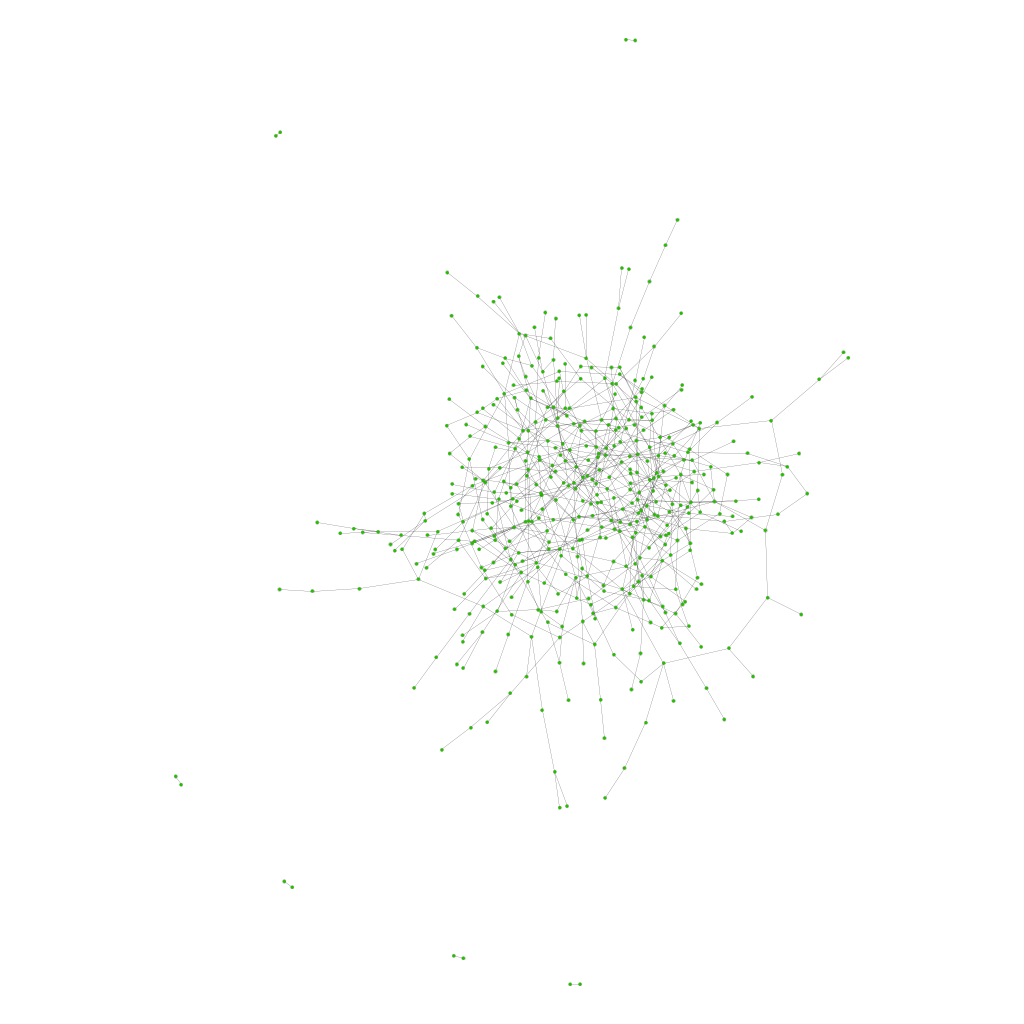
The Graphviz diagram Imágenes/Grafos/500/Erdos-Renyi_Graph500.png in rMelendez96/Projects-ADA, before a commit. Its source is kept beside it as Archivos GV/Grafos/500/Erdos-Renyi_Graph500.gv.
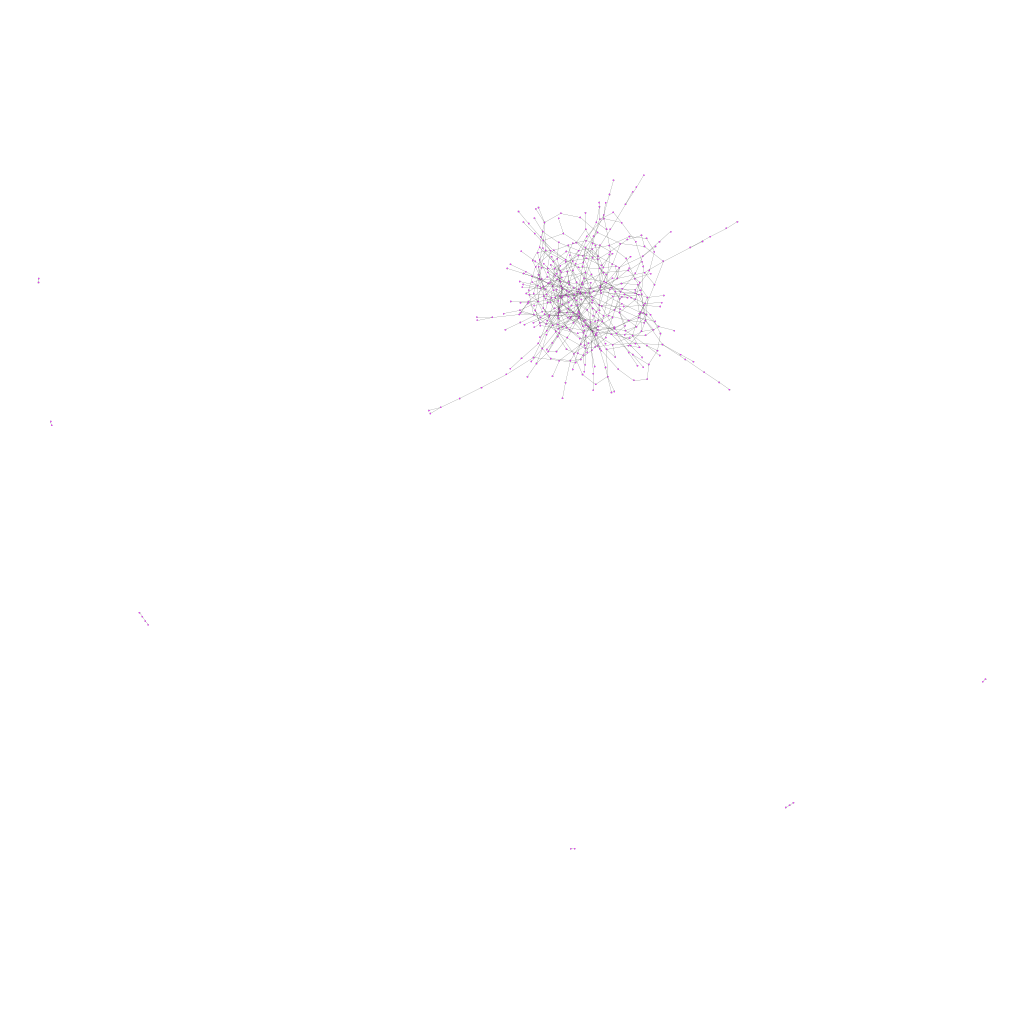
Later version of the same file.

Diff of the diagram source:
```diff
@@ -1,650 +1,646 @@
 graph{
-92 -- 353;
-483 -- 436;
-67 -- 463;
-60 -- 440;
-341 -- 14;
-25 -- 480;
-111 -- 266;
-25 -- 366;
-467 -- 490;
-180 -- 302;
-45 -- 253;
-71 -- 385;
-411 -- 431;
-352 -- 119;
-398 -- 454;
-121 -- 446;
-70 -- 423;
-343 -- 228;
-110 -- 158;
-123 -- 428;
-273 -- 80;
-281 -- 139;
-294 -- 58;
-46 -- 254;
-308 -- 470;
-128 -- 237;
-240 -- 8;
-114 -- 78;
-219 -- 485;
-162 -- 380;
-186 -- 15;
-294 -- 349;
-99 -- 114;
-375 -- 324;
-105 -- 189;
-341 -- 462;
-89 -- 109;
-359 -- 280;
-291 -- 182;
-426 -- 441;
-282 -- 253;
-410 -- 326;
-327 -- 232;
-148 -- 372;
-270 -- 45;
-208 -- 115;
-106 -- 21;
-38 -- 406;
-163 -- 331;
-421 -- 180;
-337 -- 186;
-29 -- 411;
-274 -- 175;
-499 -- 373;
-26 -- 301;
-488 -- 354;
-153 -- 312;
-475 -- 187;
-342 -- 401;
-353 -- 56;
-197 -- 309;
-471 -- 25;
-263 -- 328;
-306 -- 414;
-432 -- 257;
-375 -- 97;
-406 -- 193;
-61 -- 293;
-197 -- 93;
-434 -- 372;
-363 -- 86;
-165 -- 95;
-187 -- 420;
-89 -- 37;
-483 -- 260;
-406 -- 426;
-83 -- 473;
-483 -- 263;
-400 -- 0;
-184 -- 204;
-100 -- 449;
-241 -- 399;
-398 -- 438;
-343 -- 207;
-351 -- 404;
-177 -- 206;
-418 -- 141;
-168 -- 175;
-255 -- 308;
-182 -- 476;
-308 -- 151;
-124 -- 463;
-50 -- 454;
-463 -- 186;
-416 -- 169;
-113 -- 171;
-1 -- 149;
-256 -- 201;
-296 -- 417;
-206 -- 243;
-160 -- 325;
-142 -- 84;
-4 -- 256;
-334 -- 328;
-76 -- 270;
-126 -- 73;
-321 -- 172;
-166 -- 436;
-496 -- 50;
-353 -- 141;
-467 -- 63;
-308 -- 83;
-358 -- 52;
-150 -- 483;
-113 -- 384;
-248 -- 168;
-302 -- 489;
-203 -- 187;
-107 -- 131;
-96 -- 131;
-28 -- 182;
-199 -- 122;
-497 -- 169;
-237 -- 470;
-166 -- 101;
-401 -- 86;
-131 -- 0;
-92 -- 384;
-192 -- 51;
-179 -- 357;
-117 -- 343;
-252 -- 247;
-349 -- 245;
-232 -- 424;
-50 -- 385;
-388 -- 70;
-226 -- 204;
-432 -- 210;
-464 -- 113;
-278 -- 305;
-426 -- 208;
-408 -- 499;
-85 -- 467;
-83 -- 498;
-112 -- 261;
-283 -- 378;
-93 -- 411;
-26 -- 253;
-140 -- 406;
-79 -- 353;
-227 -- 370;
-38 -- 424;
-198 -- 425;
-20 -- 482;
-197 -- 207;
-478 -- 134;
-236 -- 212;
-395 -- 122;
-251 -- 9;
-211 -- 224;
-29 -- 446;
-393 -- 250;
-232 -- 383;
-8 -- 428;
-146 -- 458;
-316 -- 389;
-122 -- 402;
-320 -- 345;
-463 -- 465;
-137 -- 399;
-463 -- 217;
-52 -- 186;
-178 -- 337;
-451 -- 429;
-440 -- 128;
-105 -- 498;
-209 -- 471;
-256 -- 71;
-398 -- 159;
-431 -- 128;
-340 -- 39;
-357 -- 49;
-228 -- 25;
-71 -- 245;
-87 -- 415;
-382 -- 94;
-165 -- 447;
-451 -- 125;
-229 -- 108;
-47 -- 227;
-58 -- 459;
-87 -- 0;
-179 -- 322;
-184 -- 126;
-66 -- 440;
-430 -- 103;
-294 -- 318;
-44 -- 337;
-473 -- 353;
-7 -- 177;
-115 -- 223;
-78 -- 390;
-235 -- 107;
-84 -- 315;
-219 -- 234;
-250 -- 298;
-83 -- 133;
-122 -- 22;
-215 -- 97;
-45 -- 364;
-330 -- 202;
-88 -- 253;
-247 -- 327;
-133 -- 68;
-44 -- 348;
-200 -- 157;
-245 -- 497;
-104 -- 298;
-103 -- 270;
-299 -- 296;
-195 -- 435;
-392 -- 302;
-38 -- 299;
-264 -- 4;
-455 -- 343;
-492 -- 335;
-351 -- 436;
-275 -- 348;
-292 -- 467;
-95 -- 2;
-360 -- 277;
-83 -- 394;
-238 -- 433;
-460 -- 173;
-186 -- 490;
-247 -- 228;
-426 -- 76;
-77 -- 413;
-102 -- 285;
-257 -- 168;
-262 -- 278;
-403 -- 178;
-145 -- 250;
-198 -- 436;
-140 -- 357;
-200 -- 383;
-28 -- 416;
-13 -- 394;
-314 -- 46;
-251 -- 302;
-354 -- 450;
-213 -- 326;
-262 -- 252;
-462 -- 157;
-123 -- 9;
-111 -- 209;
-456 -- 399;
-246 -- 319;
-216 -- 12;
-166 -- 498;
-91 -- 380;
-387 -- 269;
-329 -- 198;
-167 -- 33;
-274 -- 481;
-182 -- 153;
-408 -- 5;
-158 -- 342;
-222 -- 141;
-489 -- 213;
-157 -- 89;
-61 -- 160;
-160 -- 230;
-250 -- 428;
-0 -- 43;
-415 -- 136;
-95 -- 258;
-434 -- 255;
-224 -- 464;
-457 -- 306;
-351 -- 311;
-50 -- 87;
-324 -- 413;
-408 -- 248;
-433 -- 428;
-412 -- 485;
-136 -- 93;
-333 -- 133;
-27 -- 60;
-302 -- 338;
-419 -- 179;
-343 -- 139;
-258 -- 408;
-475 -- 304;
-205 -- 319;
-351 -- 1;
-232 -- 420;
-297 -- 13;
-47 -- 93;
-281 -- 463;
-73 -- 357;
-366 -- 350;
-21 -- 107;
-477 -- 108;
-86 -- 327;
-213 -- 131;
-332 -- 378;
-419 -- 190;
-256 -- 394;
-478 -- 237;
-374 -- 284;
-198 -- 264;
-31 -- 254;
-284 -- 272;
-130 -- 370;
-311 -- 225;
-259 -- 102;
-244 -- 388;
-428 -- 78;
-388 -- 220;
-73 -- 39;
-148 -- 25;
-1 -- 305;
-492 -- 85;
-349 -- 302;
-297 -- 41;
-304 -- 414;
-222 -- 67;
-58 -- 80;
-34 -- 346;
-455 -- 101;
-358 -- 143;
-170 -- 439;
-322 -- 148;
-198 -- 51;
-433 -- 188;
-330 -- 251;
-469 -- 269;
-186 -- 41;
-191 -- 342;
-410 -- 56;
-267 -- 199;
-3 -- 354;
-173 -- 333;
-463 -- 81;
-150 -- 376;
-235 -- 115;
-443 -- 294;
-139 -- 346;
-390 -- 173;
-383 -- 56;
-204 -- 165;
-8 -- 376;
-32 -- 481;
-475 -- 20;
-476 -- 92;
-321 -- 383;
-493 -- 290;
-240 -- 424;
-486 -- 186;
-89 -- 414;
-431 -- 166;
-72 -- 353;
-267 -- 364;
-52 -- 452;
-120 -- 386;
-211 -- 183;
-282 -- 38;
-456 -- 248;
-24 -- 498;
-351 -- 246;
-237 -- 75;
-237 -- 51;
-12 -- 380;
-364 -- 265;
-287 -- 293;
-334 -- 131;
-285 -- 144;
-87 -- 442;
-88 -- 482;
-493 -- 36;
-32 -- 164;
-35 -- 251;
-401 -- 419;
-120 -- 429;
-285 -- 115;
-195 -- 221;
-409 -- 189;
-257 -- 278;
-195 -- 371;
-438 -- 495;
-455 -- 87;
-238 -- 390;
-411 -- 156;
-230 -- 51;
-164 -- 0;
-17 -- 468;
-62 -- 101;
-256 -- 144;
-155 -- 243;
-404 -- 32;
-416 -- 5;
-26 -- 3;
-76 -- 405;
-226 -- 316;
-344 -- 339;
-323 -- 445;
-6 -- 273;
-353 -- 199;
-158 -- 320;
-115 -- 106;
-144 -- 401;
-83 -- 340;
-219 -- 1;
-471 -- 332;
-104 -- 437;
-238 -- 460;
-482 -- 392;
-318 -- 332;
-128 -- 100;
-387 -- 459;
-456 -- 472;
-278 -- 445;
-142 -- 460;
-315 -- 67;
-459 -- 231;
-26 -- 162;
-30 -- 119;
-224 -- 207;
-145 -- 408;
-204 -- 426;
-464 -- 42;
-61 -- 47;
-102 -- 358;
-287 -- 295;
-284 -- 396;
-95 -- 104;
-393 -- 68;
-303 -- 269;
-41 -- 58;
-175 -- 460;
-467 -- 15;
-380 -- 240;
-477 -- 255;
-282 -- 67;
-494 -- 468;
-473 -- 336;
-233 -- 469;
-358 -- 12;
-340 -- 289;
-445 -- 395;
-21 -- 242;
-350 -- 206;
-46 -- 497;
-248 -- 26;
-374 -- 327;
-217 -- 314;
-218 -- 126;
-211 -- 182;
-63 -- 294;
-332 -- 1;
-20 -- 355;
-168 -- 389;
-443 -- 213;
-176 -- 309;
-353 -- 493;
-166 -- 74;
-213 -- 406;
-496 -- 178;
-113 -- 18;
-230 -- 453;
-396 -- 43;
-407 -- 81;
-123 -- 182;
-335 -- 429;
-176 -- 442;
-394 -- 102;
-328 -- 107;
-480 -- 307;
-74 -- 179;
-423 -- 207;
-62 -- 489;
-291 -- 340;
-32 -- 476;
-386 -- 23;
-499 -- 268;
-100 -- 366;
-78 -- 216;
-70 -- 126;
-83 -- 348;
-251 -- 309;
-246 -- 328;
-148 -- 302;
-322 -- 285;
-263 -- 131;
-198 -- 39;
-52 -- 339;
-171 -- 41;
-180 -- 117;
-264 -- 287;
-464 -- 43;
-234 -- 61;
-419 -- 226;
-497 -- 150;
-450 -- 392;
-405 -- 27;
-36 -- 45;
-290 -- 464;
-42 -- 395;
-25 -- 65;
-487 -- 123;
-71 -- 479;
-353 -- 288;
-207 -- 474;
-267 -- 309;
-276 -- 440;
-331 -- 489;
-63 -- 205;
-317 -- 183;
-45 -- 141;
-290 -- 218;
-25 -- 467;
-402 -- 251;
-47 -- 383;
-103 -- 331;
-78 -- 13;
-274 -- 2;
-38 -- 153;
-488 -- 1;
-400 -- 189;
-409 -- 91;
-16 -- 254;
-193 -- 103;
-230 -- 371;
-408 -- 330;
-84 -- 294;
+68 -- 263;
+362 -- 132;
+128 -- 363;
+41 -- 321;
+326 -- 183;
+330 -- 320;
+80 -- 207;
+343 -- 26;
+466 -- 344;
+72 -- 384;
+497 -- 148;
+196 -- 71;
+44 -- 31;
+221 -- 363;
+323 -- 327;
+294 -- 30;
+304 -- 96;
+333 -- 442;
+339 -- 13;
+133 -- 22;
+135 -- 87;
+43 -- 197;
+213 -- 188;
+13 -- 5;
+142 -- 431;
+73 -- 412;
+147 -- 331;
+169 -- 316;
+371 -- 488;
+265 -- 188;
+239 -- 301;
+16 -- 411;
+161 -- 32;
+275 -- 345;
+302 -- 427;
+30 -- 237;
+28 -- 310;
+256 -- 488;
+181 -- 342;
+30 -- 432;
+212 -- 321;
+466 -- 165;
+350 -- 437;
+404 -- 173;
+152 -- 194;
+158 -- 37;
+209 -- 444;
+450 -- 159;
+406 -- 494;
+189 -- 460;
+495 -- 259;
+231 -- 321;
+381 -- 491;
+63 -- 93;
+386 -- 336;
+289 -- 139;
+77 -- 112;
+412 -- 358;
+325 -- 81;
+118 -- 115;
+396 -- 489;
+401 -- 241;
+36 -- 140;
+344 -- 288;
+17 -- 164;
+499 -- 258;
+471 -- 153;
+347 -- 138;
+280 -- 209;
+409 -- 492;
+143 -- 331;
+478 -- 249;
+32 -- 230;
+338 -- 444;
+256 -- 102;
+165 -- 370;
+443 -- 290;
+457 -- 123;
+266 -- 141;
+72 -- 156;
+231 -- 126;
+369 -- 241;
+365 -- 99;
+233 -- 81;
+483 -- 132;
+253 -- 81;
+375 -- 363;
+141 -- 194;
+331 -- 178;
+492 -- 127;
+174 -- 403;
+100 -- 253;
+143 -- 229;
+88 -- 388;
+337 -- 128;
+257 -- 334;
+271 -- 457;
+363 -- 337;
+196 -- 440;
+378 -- 216;
+166 -- 325;
+302 -- 112;
+307 -- 211;
+310 -- 30;
+46 -- 249;
+492 -- 105;
+467 -- 175;
+120 -- 123;
+100 -- 274;
+133 -- 110;
+123 -- 449;
+358 -- 190;
+299 -- 125;
+387 -- 327;
+82 -- 123;
+228 -- 323;
+332 -- 95;
+131 -- 184;
+235 -- 345;
+157 -- 450;
+108 -- 345;
+122 -- 188;
+101 -- 113;
+313 -- 135;
+276 -- 383;
+188 -- 360;
+160 -- 411;
+460 -- 384;
+424 -- 191;
+17 -- 350;
+323 -- 232;
+352 -- 461;
+342 -- 24;
+415 -- 284;
+52 -- 224;
+119 -- 471;
+404 -- 372;
+337 -- 313;
+455 -- 391;
+149 -- 169;
+40 -- 497;
+168 -- 395;
+438 -- 411;
+354 -- 44;
+168 -- 183;
+384 -- 214;
+166 -- 70;
+213 -- 461;
+384 -- 354;
+168 -- 468;
+395 -- 424;
+430 -- 476;
+325 -- 70;
+114 -- 139;
+257 -- 42;
+118 -- 226;
+234 -- 50;
+148 -- 17;
+57 -- 411;
+417 -- 59;
+149 -- 364;
+459 -- 271;
+493 -- 91;
+0 -- 157;
+195 -- 116;
+157 -- 410;
+8 -- 135;
+21 -- 28;
+285 -- 389;
+470 -- 27;
+344 -- 133;
+417 -- 224;
+348 -- 130;
+392 -- 311;
+456 -- 279;
+390 -- 367;
+354 -- 247;
+140 -- 124;
+410 -- 145;
+441 -- 333;
+243 -- 278;
+167 -- 1;
+42 -- 30;
+477 -- 408;
+479 -- 61;
+458 -- 497;
+138 -- 448;
+172 -- 263;
+340 -- 235;
+231 -- 30;
+371 -- 350;
+491 -- 479;
+41 -- 55;
+182 -- 42;
+253 -- 54;
+465 -- 433;
+259 -- 191;
+170 -- 462;
+241 -- 374;
+124 -- 396;
+59 -- 5;
+422 -- 330;
+474 -- 313;
+141 -- 187;
+429 -- 458;
+231 -- 78;
+275 -- 262;
+137 -- 178;
+161 -- 374;
+390 -- 430;
+92 -- 451;
+97 -- 367;
+226 -- 279;
+1 -- 318;
+12 -- 196;
+220 -- 271;
+144 -- 168;
+168 -- 225;
+180 -- 472;
+393 -- 380;
+387 -- 146;
+191 -- 414;
+131 -- 429;
+337 -- 141;
+440 -- 45;
+357 -- 482;
+497 -- 343;
+416 -- 181;
+152 -- 351;
+448 -- 109;
+469 -- 243;
+260 -- 63;
+316 -- 360;
+64 -- 277;
+466 -- 401;
+420 -- 480;
+212 -- 330;
+82 -- 333;
+362 -- 269;
+259 -- 162;
+323 -- 97;
+308 -- 262;
+486 -- 66;
+463 -- 207;
+34 -- 327;
+224 -- 485;
+99 -- 193;
+143 -- 498;
+143 -- 65;
+156 -- 285;
+449 -- 312;
+209 -- 298;
+315 -- 442;
+104 -- 163;
+166 -- 385;
+63 -- 283;
+465 -- 428;
+413 -- 458;
+125 -- 98;
+90 -- 102;
+200 -- 183;
+239 -- 261;
+261 -- 182;
+38 -- 400;
+348 -- 155;
+321 -- 71;
+18 -- 284;
+17 -- 49;
+407 -- 393;
+480 -- 141;
+160 -- 270;
+194 -- 337;
+214 -- 485;
+313 -- 272;
+262 -- 493;
+275 -- 39;
+475 -- 407;
+121 -- 125;
+8 -- 425;
+82 -- 38;
+152 -- 78;
+162 -- 298;
+218 -- 262;
+363 -- 30;
+206 -- 362;
+394 -- 216;
+154 -- 415;
+284 -- 327;
+368 -- 491;
+27 -- 494;
+80 -- 487;
+311 -- 165;
+165 -- 132;
+440 -- 485;
+39 -- 406;
+487 -- 84;
+344 -- 366;
+411 -- 141;
+25 -- 290;
+181 -- 364;
+28 -- 373;
+469 -- 491;
+465 -- 452;
+64 -- 443;
+238 -- 216;
+225 -- 45;
+113 -- 200;
+238 -- 242;
+310 -- 318;
+5 -- 387;
+55 -- 127;
+450 -- 314;
+360 -- 395;
+18 -- 74;
+62 -- 359;
+181 -- 215;
+45 -- 341;
+89 -- 317;
+95 -- 491;
+241 -- 110;
+287 -- 34;
+126 -- 47;
+435 -- 383;
+283 -- 342;
+355 -- 272;
+341 -- 167;
+338 -- 266;
+252 -- 51;
+80 -- 403;
+154 -- 492;
+273 -- 103;
+35 -- 115;
+176 -- 74;
+173 -- 314;
+59 -- 142;
+333 -- 136;
+227 -- 30;
+128 -- 20;
+375 -- 274;
+68 -- 443;
+154 -- 409;
+135 -- 234;
+411 -- 57;
+350 -- 52;
+457 -- 477;
+108 -- 327;
+169 -- 408;
+286 -- 63;
+154 -- 97;
+248 -- 402;
+272 -- 166;
+228 -- 351;
+217 -- 170;
+35 -- 199;
+130 -- 313;
+460 -- 51;
+171 -- 497;
+209 -- 395;
+30 -- 229;
+12 -- 457;
+464 -- 184;
+498 -- 62;
+303 -- 325;
+254 -- 64;
+179 -- 154;
+74 -- 141;
+92 -- 372;
+77 -- 206;
+283 -- 355;
+174 -- 30;
+402 -- 152;
+429 -- 434;
+418 -- 7;
+492 -- 103;
+112 -- 478;
+448 -- 443;
+411 -- 4;
 137 -- 14;
-361 -- 460;
-15 -- 172;
-276 -- 304;
-88 -- 147;
-6 -- 354;
-127 -- 313;
-414 -- 320;
-341 -- 94;
-121 -- 406;
-401 -- 334;
+410 -- 334;
+222 -- 218;
+194 -- 17;
+206 -- 246;
+122 -- 358;
+372 -- 271;
+178 -- 54;
+352 -- 391;
+333 -- 344;
+262 -- 145;
+114 -- 354;
+330 -- 462;
+252 -- 69;
+81 -- 125;
+71 -- 180;
+11 -- 358;
+395 -- 255;
+203 -- 258;
+400 -- 419;
+35 -- 126;
+89 -- 200;
+326 -- 280;
+460 -- 171;
+308 -- 141;
+123 -- 343;
+239 -- 469;
+368 -- 465;
+474 -- 363;
+245 -- 274;
+416 -- 424;
+363 -- 356;
+485 -- 425;
+189 -- 348;
+250 -- 422;
+30 -- 110;
+135 -- 405;
+444 -- 322;
+101 -- 139;
+304 -- 194;
+89 -- 482;
+434 -- 321;
+120 -- 468;
+169 -- 211;
+40 -- 427;
+357 -- 36;
+5 -- 392;
+115 -- 264;
+416 -- 22;
+256 -- 131;
+223 -- 366;
+6 -- 376;
+371 -- 256;
+219 -- 155;
+246 -- 428;
+39 -- 282;
+199 -- 447;
+218 -- 31;
+386 -- 24;
 396 -- 214;
-177 -- 282;
-199 -- 110;
-236 -- 134;
-304 -- 70;
-74 -- 236;
-387 -- 437;
-483 -- 81;
-331 -- 442;
-34 -- 272;
-255 -- 237;
-365 -- 13;
-30 -- 336;
-438 -- 30;
-247 -- 416;
-40 -- 248;
-200 -- 134;
-324 -- 53;
-5 -- 337;
-398 -- 402;
-57 -- 304;
-276 -- 10;
-73 -- 175;
-186 -- 247;
-383 -- 119;
-471 -- 192;
-358 -- 198;
-29 -- 115;
-58 -- 344;
-418 -- 249;
-91 -- 438;
-493 -- 287;
-489 -- 95;
-317 -- 147;
-107 -- 62;
-215 -- 11;
-302 -- 429;
-81 -- 342;
-295 -- 488;
-409 -- 497;
-482 -- 237;
-207 -- 403;
-418 -- 165;
-271 -- 124;
-166 -- 191;
-350 -- 209;
-191 -- 47;
-271 -- 93;
-80 -- 459;
-296 -- 372;
-14 -- 74;
-6 -- 242;
-116 -- 382;
-90 -- 120;
-135 -- 318;
-68 -- 83;
-217 -- 386;
-39 -- 211;
-123 -- 136;
-207 -- 227;
-153 -- 428;
-345 -- 473;
-392 -- 256;
-246 -- 495;
-63 -- 165;
-480 -- 173;
-55 -- 137;
-452 -- 183;
-32 -- 442;
-311 -- 460;
-306 -- 330;
-372 -- 261;
-98 -- 429;
-82 -- 13;
-223 -- 480;
-122 -- 473;
-341 -- 160;
-237 -- 494;
-107 -- 92;
-191 -- 423;
-376 -- 190;
-211 -- 442;
+447 -- 61;
+113 -- 120;
+166 -- 245;
+358 -- 146;
+223 -- 31;
+393 -- 361;
+321 -- 141;
+299 -- 468;
+139 -- 268;
+363 -- 44;
+236 -- 405;
+251 -- 432;
+249 -- 389;
+350 -- 253;
+325 -- 13;
+103 -- 100;
+152 -- 280;
+363 -- 245;
+139 -- 16;
+419 -- 427;
+389 -- 232;
+409 -- 1;
+98 -- 190;
+133 -- 221;
+463 -- 116;
+331 -- 247;
+196 -- 361;
+116 -- 402;
+356 -- 62;
+487 -- 234;
+460 -- 464;
+233 -- 345;
+153 -- 373;
+289 -- 121;
+190 -- 280;
+252 -- 134;
+428 -- 319;
+110 -- 228;
+346 -- 281;
+403 -- 417;
+6 -- 178;
+280 -- 414;
+294 -- 187;
+239 -- 209;
+419 -- 344;
+392 -- 187;
+499 -- 158;
+488 -- 179;
+78 -- 28;
+92 -- 183;
+448 -- 162;
+420 -- 463;
+154 -- 91;
+181 -- 261;
+71 -- 288;
+228 -- 223;
+12 -- 170;
+176 -- 186;
+466 -- 220;
+74 -- 80;
+316 -- 254;
+160 -- 38;
+33 -- 224;
+489 -- 452;
+358 -- 427;
+138 -- 399;
+439 -- 314;
+76 -- 336;
+79 -- 498;
+190 -- 289;
+49 -- 114;
+54 -- 318;
+86 -- 365;
+112 -- 159;
+427 -- 135;
+209 -- 196;
+208 -- 128;
+427 -- 68;
+375 -- 419;
+383 -- 4;
+422 -- 127;
+292 -- 379;
+139 -- 221;
+14 -- 279;
+188 -- 148;
+171 -- 259;
+400 -- 115;
+333 -- 471;
+259 -- 263;
+243 -- 229;
+197 -- 192;
+333 -- 296;
+21 -- 395;
+114 -- 341;
+481 -- 206;
+114 -- 92;
+134 -- 148;
+83 -- 402;
+161 -- 171;
+107 -- 352;
+438 -- 431;
+187 -- 372;
+46 -- 349;
+432 -- 44;
+142 -- 210;
+334 -- 453;
+311 -- 301;
+203 -- 411;
+485 -- 497;
+499 -- 277;
+0 -- 493;
+228 -- 61;
+413 -- 93;
+69 -- 328;
+496 -- 7;
+124 -- 91;
+4 -- 234;
+327 -- 250;
+454 -- 232;
+132 -- 164;
+60 -- 478;
+491 -- 30;
+166 -- 213;
+382 -- 270;
+155 -- 51;
+28 -- 243;
+221 -- 442;
+287 -- 180;
+175 -- 210;
+175 -- 456;
+167 -- 21;
+151 -- 29;
+185 -- 214;
+152 -- 119;
+115 -- 188;
+128 -- 395;
+483 -- 416;
+400 -- 132;
+317 -- 103;
+163 -- 334;
+410 -- 474;
+325 -- 211;
+85 -- 120;
+314 -- 39;
+206 -- 400;
+459 -- 348;
+136 -- 142;
+179 -- 443;
+388 -- 203;
+374 -- 283;
+423 -- 99;
+436 -- 282;
+484 -- 10;
+295 -- 395;
+179 -- 430;
+321 -- 427;
+47 -- 487;
+450 -- 409;
+102 -- 2;
+64 -- 301;
+208 -- 13;
+28 -- 221;
+251 -- 349;
+315 -- 245;
+86 -- 319;
+280 -- 335;
+261 -- 270;
+384 -- 16;
+314 -- 178;
+321 -- 32;
+352 -- 320;
+250 -- 100;
+469 -- 17;
+226 -- 397;
+132 -- 404;
+347 -- 208;
+255 -- 8;
 463 -- 316;
-319 -- 149;
-304 -- 253;
-27 -- 460;
-183 -- 256;
-408 -- 85;
-322 -- 206;
-129 -- 78;
-485 -- 434;
-459 -- 263;
-78 -- 362;
-377 -- 125;
-346 -- 290;
-324 -- 115;
-47 -- 449;
-239 -- 72;
-367 -- 25;
-165 -- 257;
-24 -- 39;
+335 -- 109;
+44 -- 56;
+353 -- 334;
+171 -- 189;
+248 -- 133;
+350 -- 214;
+422 -- 18;
+352 -- 269;
+394 -- 447;
+489 -- 345;
+142 -- 396;
+120 -- 63;
+450 -- 439;
+2 -- 10;
+246 -- 280;
+182 -- 367;
+198 -- 121;
+270 -- 301;
+363 -- 386;
+356 -- 320;
+44 -- 499;
+331 -- 55;
+181 -- 183;
+104 -- 254;
+218 -- 316;
+284 -- 97;
+321 -- 376;
+150 -- 418;
+216 -- 214;
 }
```
